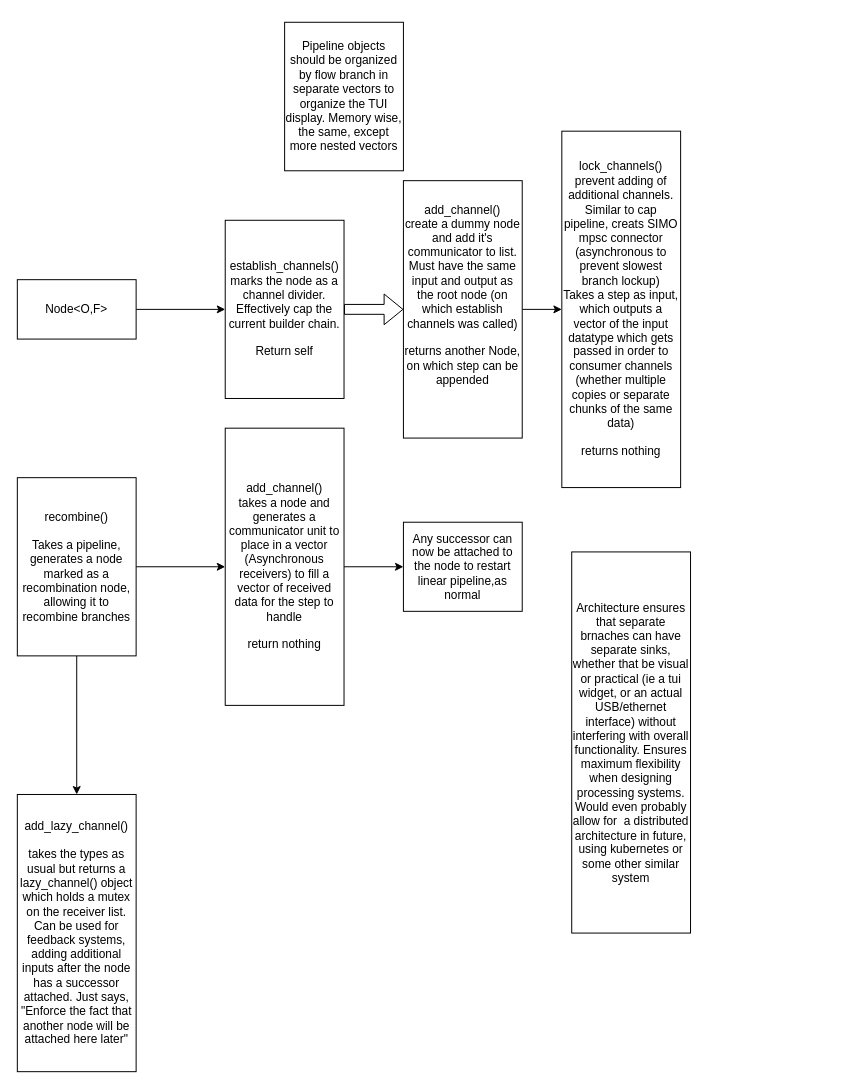
This is diagrams/split.drawio from MalinkyZubr/zubr_dsp, a draw.io file, before an edit. Source tidied: cells renumbered, new cells numbered last; positions are measured from the earlier drawing's top-left corner, leaving out a move shared by most shapes. Both pictures are drawn from the tidied source at 99%, with x=0, y=0 at pixel (17, 22).
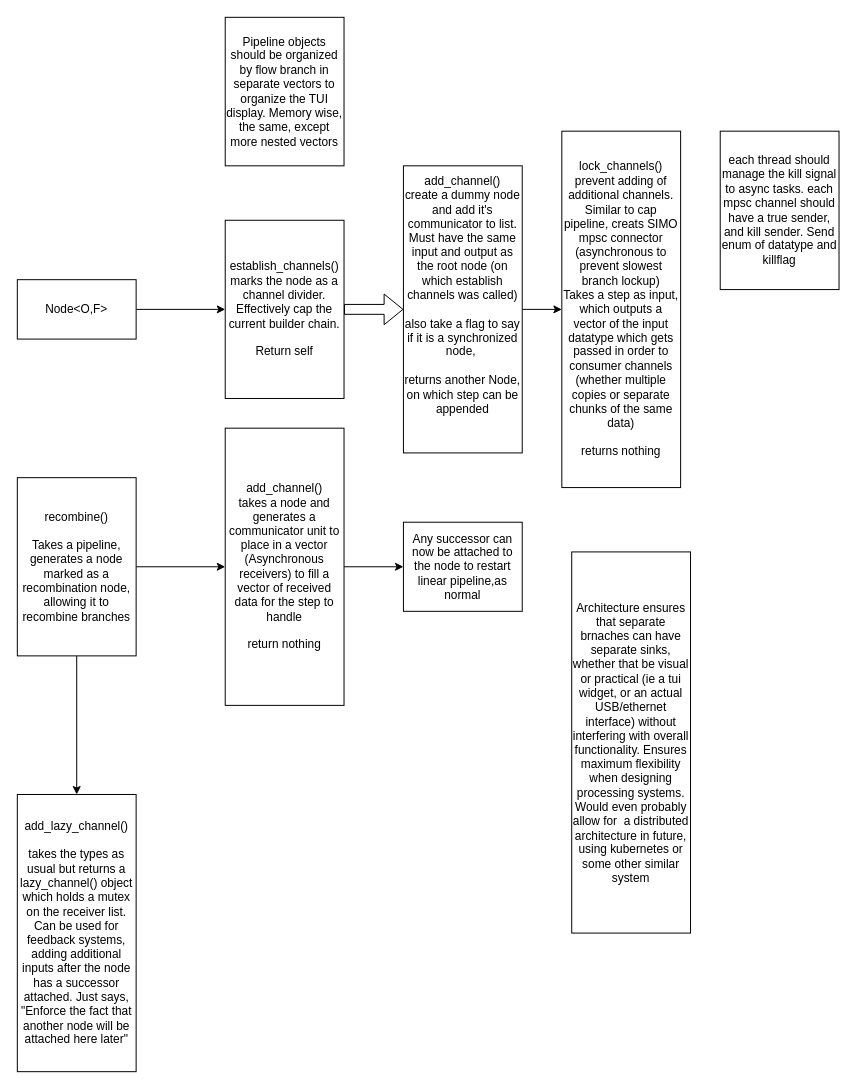
The same page after the edit.

What changed in the source:
```diff
@@
 <mxGraphModel>
   <root>
     <mxCell id="0" />
     <mxCell id="1" parent="0" />
     <mxCell id="2" style="edgeStyle=orthogonalEdgeStyle;rounded=0;jettySize=auto;html=1;" parent="1" edge="1" source="3" target="6">
       <mxGeometry relative="1" as="geometry" />
     </mxCell>
     <mxCell id="3" value="Node&amp;lt;O,F&amp;gt;" style="rounded=0;whiteSpace=wrap;html=1;" parent="1" vertex="1">
       <mxGeometry y="260" width="120" height="60" as="geometry" />
     </mxCell>
     <mxCell id="4" style="edgeStyle=orthogonalEdgeStyle;rounded=0;jettySize=auto;html=1;" parent="1" edge="1" source="5" target="9">
       <mxGeometry relative="1" as="geometry" />
     </mxCell>
-    <mxCell id="5" value="add_channel()&lt;div&gt;create a dummy node and add it's communicator to list. Must have the same input and output as the root node (on which establish channels was called)&lt;br&gt;&lt;br&gt;returns another Node, on which step can be appended&lt;/div&gt;&lt;div&gt;&lt;br&gt;&lt;/div&gt;&lt;div&gt;&lt;br&gt;&lt;/div&gt;" style="whiteSpace=wrap;html=1;rounded=0;" parent="1" vertex="1">
-      <mxGeometry x="390" y="160" width="120" height="260" as="geometry" />
+    <mxCell id="5" value="add_channel()&lt;div&gt;create a dummy node and add it's communicator to list. Must have the same input and output as the root node (on which establish channels was called)&lt;br&gt;&lt;br&gt;also take a flag to say if it is a synchronized node,&amp;nbsp;&lt;br&gt;&lt;br&gt;returns another Node, on which step can be appended&lt;/div&gt;&lt;div&gt;&lt;br&gt;&lt;/div&gt;&lt;div&gt;&lt;br&gt;&lt;/div&gt;" style="whiteSpace=wrap;html=1;rounded=0;" parent="1" vertex="1">
+      <mxGeometry x="390" y="145" width="120" height="290" as="geometry" />
     </mxCell>
     <mxCell id="6" value="establish_channels()&lt;br&gt;marks the node as a channel divider. Effectively cap the current builder chain.&lt;br&gt;&lt;br&gt;Return self" style="whiteSpace=wrap;html=1;rounded=0;" parent="1" vertex="1">
       <mxGeometry x="210" y="200" width="120" height="180" as="geometry" />
     </mxCell>
     <mxCell id="7" style="shape=flexArrow;endArrow=classic;html=1;rounded=0;" parent="1" edge="1" source="6" target="5">
       <mxGeometry relative="1" as="geometry" />
     </mxCell>
     <mxCell id="8" value="Pipeline objects should be organized by flow branch in separate vectors to organize the TUI display. Memory wise, the same, except more nested vectors" style="rounded=0;whiteSpace=wrap;html=1;" parent="1" vertex="1">
-      <mxGeometry x="270" width="120" height="150" as="geometry" />
+      <mxGeometry x="210" y="-5" width="120" height="150" as="geometry" />
     </mxCell>
     <mxCell id="9" value="lock_channels()&lt;br&gt;prevent adding of additional channels. Similar to cap pipeline, creats SIMO mpsc connector (asynchronous to prevent slowest branch lockup)&lt;br&gt;Takes a step as input, which outputs a vector of the input datatype which gets passed in order to consumer channels (whether multiple copies or separate chunks of the same data)&lt;br&gt;&lt;br&gt;returns nothing" style="whiteSpace=wrap;html=1;rounded=0;" parent="1" vertex="1">
       <mxGeometry x="550" y="110" width="120" height="360" as="geometry" />
     </mxCell>
     <mxCell id="10" style="edgeStyle=orthogonalEdgeStyle;rounded=0;jettySize=auto;html=1;" parent="1" edge="1" source="12" target="14">
       <mxGeometry relative="1" as="geometry" />
     </mxCell>
     <mxCell id="11" style="edgeStyle=orthogonalEdgeStyle;rounded=0;jettySize=auto;html=1;" parent="1" edge="1" source="12" target="16">
       <mxGeometry relative="1" as="geometry" />
     </mxCell>
     <mxCell id="12" value="recombine()&lt;br&gt;&lt;br&gt;Takes a pipeline, generates a node marked as a recombination node, allowing it to recombine branches" style="rounded=0;whiteSpace=wrap;html=1;" parent="1" vertex="1">
       <mxGeometry y="460" width="120" height="180" as="geometry" />
     </mxCell>
     <mxCell id="13" style="edgeStyle=orthogonalEdgeStyle;rounded=0;jettySize=auto;html=1;" parent="1" edge="1" source="14" target="15">
       <mxGeometry relative="1" as="geometry" />
     </mxCell>
     <mxCell id="14" value="add_channel()&lt;br&gt;takes a node and generates a communicator unit to place in a vector (Asynchronous receivers) to fill a vector of received data for the step to handle&lt;br&gt;&lt;br&gt;return nothing" style="whiteSpace=wrap;html=1;rounded=0;" parent="1" vertex="1">
       <mxGeometry x="210" y="410" width="120" height="280" as="geometry" />
     </mxCell>
     <mxCell id="15" value="Any successor can now be attached to the node to restart linear pipeline,as normal" style="whiteSpace=wrap;html=1;rounded=0;" parent="1" vertex="1">
       <mxGeometry x="390" y="505" width="120" height="90" as="geometry" />
     </mxCell>
     <mxCell id="16" value="add_lazy_channel()&lt;div&gt;&lt;br&gt;takes the types as usual but returns a lazy_channel() object which holds a mutex on the receiver list. Can be used for feedback systems, adding additional inputs after the node has a successor attached. Just says, &quot;Enforce the fact that another node will be attached here later&quot;&lt;/div&gt;" style="whiteSpace=wrap;html=1;rounded=0;" parent="1" vertex="1">
       <mxGeometry y="780" width="120" height="280" as="geometry" />
     </mxCell>
     <mxCell id="17" value="Architecture ensures that separate brnaches can have separate sinks, whether that be visual or practical (ie a tui widget, or an actual USB/ethernet interface) without interfering with overall functionality. Ensures maximum flexibility when designing processing systems. Would even probably allow for&amp;nbsp; a distributed architecture in future, using kubernetes or some other similar system" style="rounded=0;whiteSpace=wrap;html=1;" parent="1" vertex="1">
       <mxGeometry x="560" y="535" width="120" height="385" as="geometry" />
     </mxCell>
+    <mxCell id="18" value="each thread should manage the kill signal to async tasks. each mpsc channel should have a true sender, and kill sender. Send enum of datatype and killflag" style="rounded=0;whiteSpace=wrap;html=1;" parent="1" vertex="1">
+      <mxGeometry x="710" y="110" width="120" height="160" as="geometry" />
+    </mxCell>
   </root>
 </mxGraphModel>
```
